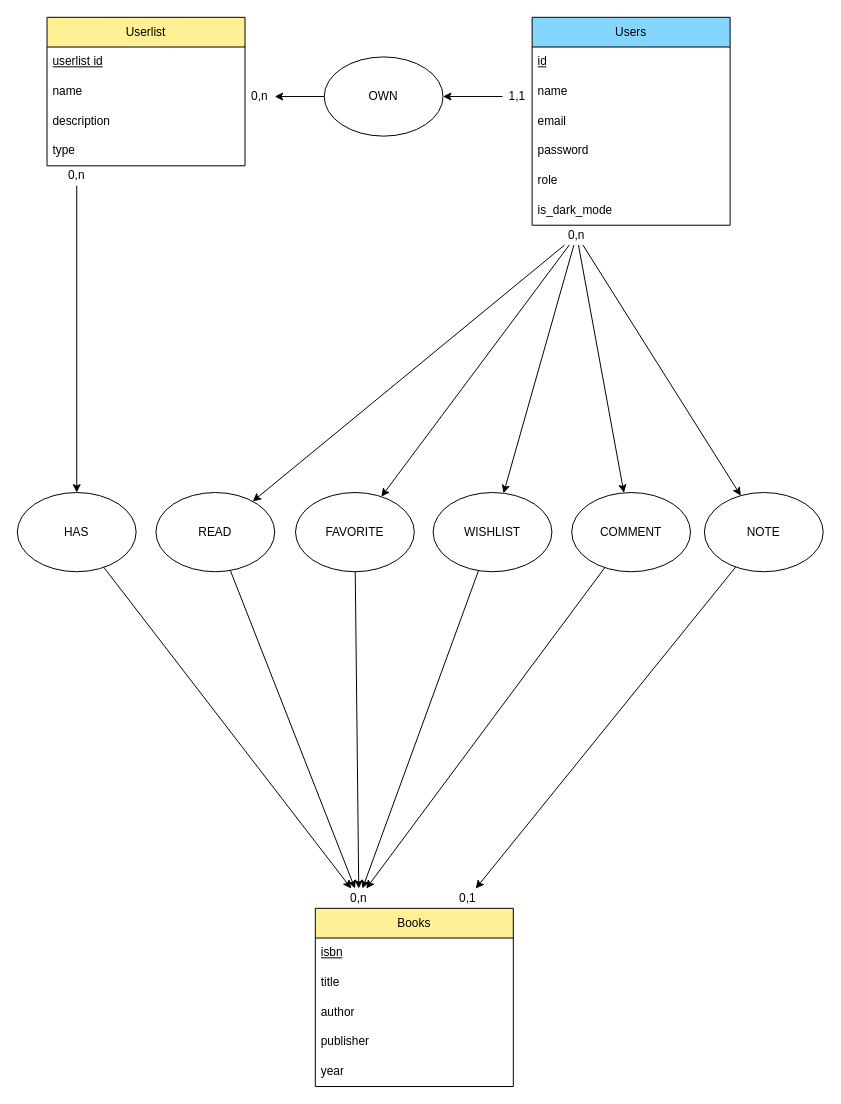
Earlier version of the draw.io diagram page "MCD" (3 of 8) of public/diagrame.drawio (Gabrielloop/pal-front-v3). Source tidied: cells renumbered, new cells numbered last; positions are measured from the earlier drawing's top-left corner, leaving out a move shared by most shapes. Both pictures are drawn from the tidied source at 99%, with x=0, y=0 at pixel (17, 17).
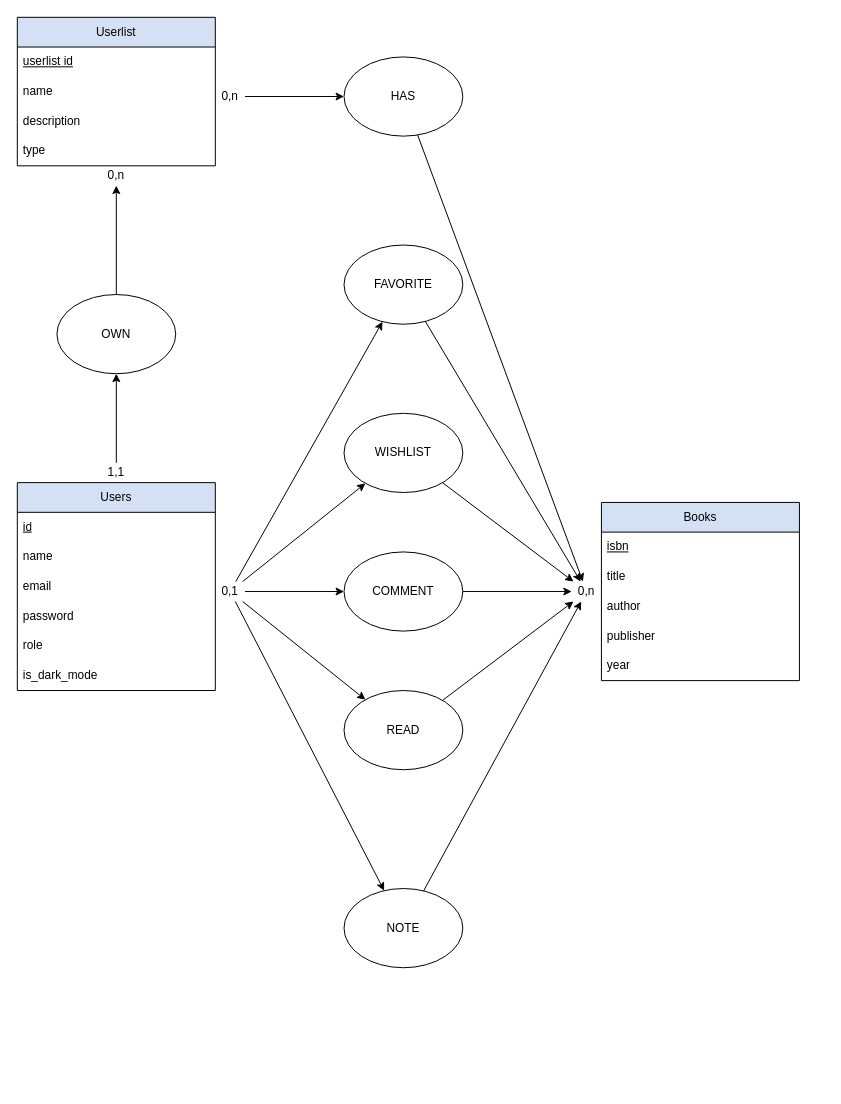
After the change.

Diff of the diagram source:
```diff
@@
-    <mxCell id="2" value="Users" style="swimlane;fontStyle=0;horizontal=1;startSize=30;whiteSpace=wrap;html=1;fillColor=#85D6FF;" parent="1" vertex="1">
-      <mxGeometry x="520" width="200" height="210" as="geometry" />
+    <mxCell id="2" value="Users" style="swimlane;fontStyle=0;horizontal=1;startSize=30;whiteSpace=wrap;html=1;fillColor=#D4E1F5;" parent="1" vertex="1">
+      <mxGeometry y="470" width="200" height="210" as="geometry" />
     </mxCell>
@@
-    <mxCell id="9" value="Books" style="swimlane;fontStyle=0;horizontal=1;startSize=30;whiteSpace=wrap;html=1;fillColor=#FFF095;" parent="1" vertex="1">
-      <mxGeometry x="301" y="900" width="200" height="180" as="geometry" />
+    <mxCell id="9" value="Books" style="swimlane;fontStyle=0;horizontal=1;startSize=30;whiteSpace=wrap;html=1;fillColor=#D4E1F5;" parent="1" vertex="1">
+      <mxGeometry x="590" y="490" width="200" height="180" as="geometry" />
     </mxCell>
@@
-    <mxCell id="15" value="Userlist" style="swimlane;fontStyle=0;horizontal=1;startSize=30;whiteSpace=wrap;html=1;fillColor=#FFF095;" parent="1" vertex="1">
-      <mxGeometry x="30" width="200" height="150" as="geometry" />
+    <mxCell id="15" value="Userlist" style="swimlane;fontStyle=0;horizontal=1;startSize=30;whiteSpace=wrap;html=1;fillColor=#D4E1F5;" parent="1" vertex="1">
+      <mxGeometry width="200" height="150" as="geometry" />
     </mxCell>
@@
     <mxCell id="20" value="OWN" style="ellipse;whiteSpace=wrap;html=1;" parent="1" vertex="1">
-      <mxGeometry x="310" y="40" width="120" height="80" as="geometry" />
+      <mxGeometry x="40" y="280" width="120" height="80" as="geometry" />
     </mxCell>
     <mxCell id="21" value="HAS" style="ellipse;whiteSpace=wrap;html=1;" parent="1" vertex="1">
-      <mxGeometry y="480" width="120" height="80" as="geometry" />
+      <mxGeometry x="330" y="40" width="120" height="80" as="geometry" />
     </mxCell>
     <mxCell id="22" value="0,n" style="text;html=1;align=center;verticalAlign=middle;whiteSpace=wrap;rounded=0;" parent="1" vertex="1">
-      <mxGeometry x="45" y="150" width="30" height="20" as="geometry" />
+      <mxGeometry x="200" y="70" width="30" height="20" as="geometry" />
     </mxCell>
@@
     <mxCell id="24" value="1,1" style="text;html=1;align=center;verticalAlign=middle;whiteSpace=wrap;rounded=0;" parent="1" vertex="1">
-      <mxGeometry x="490" y="70" width="30" height="20" as="geometry" />
+      <mxGeometry x="85" y="450" width="30" height="20" as="geometry" />
     </mxCell>
@@
     <mxCell id="26" value="0,n" style="text;html=1;align=center;verticalAlign=middle;whiteSpace=wrap;rounded=0;" parent="1" vertex="1">
-      <mxGeometry x="230" y="70" width="30" height="20" as="geometry" />
+      <mxGeometry x="85" y="150" width="30" height="20" as="geometry" />
     </mxCell>
@@
     <mxCell id="28" value="0,n" style="text;html=1;align=center;verticalAlign=middle;whiteSpace=wrap;rounded=0;" parent="1" vertex="1">
-      <mxGeometry x="330" y="880" width="30" height="20" as="geometry" />
+      <mxGeometry x="560" y="570" width="30" height="20" as="geometry" />
     </mxCell>
@@
     <mxCell id="30" value="FAVORITE" style="ellipse;whiteSpace=wrap;html=1;" parent="1" vertex="1">
-      <mxGeometry x="281" y="480" width="120" height="80" as="geometry" />
+      <mxGeometry x="330" y="230" width="120" height="80" as="geometry" />
     </mxCell>
-    <mxCell id="31" value="0,n" style="text;html=1;align=center;verticalAlign=middle;whiteSpace=wrap;rounded=0;" parent="1" vertex="1">
-      <mxGeometry x="550" y="210" width="30" height="20" as="geometry" />
+    <mxCell id="31" value="0,1" style="text;html=1;align=center;verticalAlign=middle;whiteSpace=wrap;rounded=0;" parent="1" vertex="1">
+      <mxGeometry x="200" y="570" width="30" height="20" as="geometry" />
     </mxCell>
@@
     <mxCell id="34" value="WISHLIST" style="ellipse;whiteSpace=wrap;html=1;" parent="1" vertex="1">
-      <mxGeometry x="420" y="480" width="120" height="80" as="geometry" />
+      <mxGeometry x="330" y="400" width="120" height="80" as="geometry" />
     </mxCell>
@@
-    <mxCell id="37" value="COMMENT" style="ellipse;whiteSpace=wrap;html=1;" parent="1" vertex="1">
-      <mxGeometry x="560" y="480" width="120" height="80" as="geometry" />
-    </mxCell>
@@
     <mxCell id="40" value="NOTE" style="ellipse;whiteSpace=wrap;html=1;" parent="1" vertex="1">
-      <mxGeometry x="694" y="480" width="120" height="80" as="geometry" />
+      <mxGeometry x="330" y="880" width="120" height="80" as="geometry" />
     </mxCell>
     <mxCell id="41" value="READ" style="ellipse;whiteSpace=wrap;html=1;" parent="1" vertex="1">
-      <mxGeometry x="140" y="480" width="120" height="80" as="geometry" />
+      <mxGeometry x="330" y="680" width="120" height="80" as="geometry" />
     </mxCell>
@@
-    <mxCell id="44" style="endArrow=classic;html=1;rounded=0;" parent="1" edge="1" source="40" target="46">
+    <mxCell id="44" style="endArrow=classic;html=1;rounded=0;" parent="1" edge="1" source="40" target="28">
       <mxGeometry relative="1" as="geometry" />
     </mxCell>
@@
-    <mxCell id="46" value="0,1" style="text;html=1;align=center;verticalAlign=middle;whiteSpace=wrap;rounded=0;" parent="1" vertex="1">
-      <mxGeometry x="440" y="880" width="30" height="20" as="geometry" />
-    </mxCell>
+    <mxCell id="37" value="COMMENT" style="ellipse;whiteSpace=wrap;html=1;" parent="1" vertex="1">
+      <mxGeometry x="330" y="540" width="120" height="80" as="geometry" />
+    </mxCell>
```
